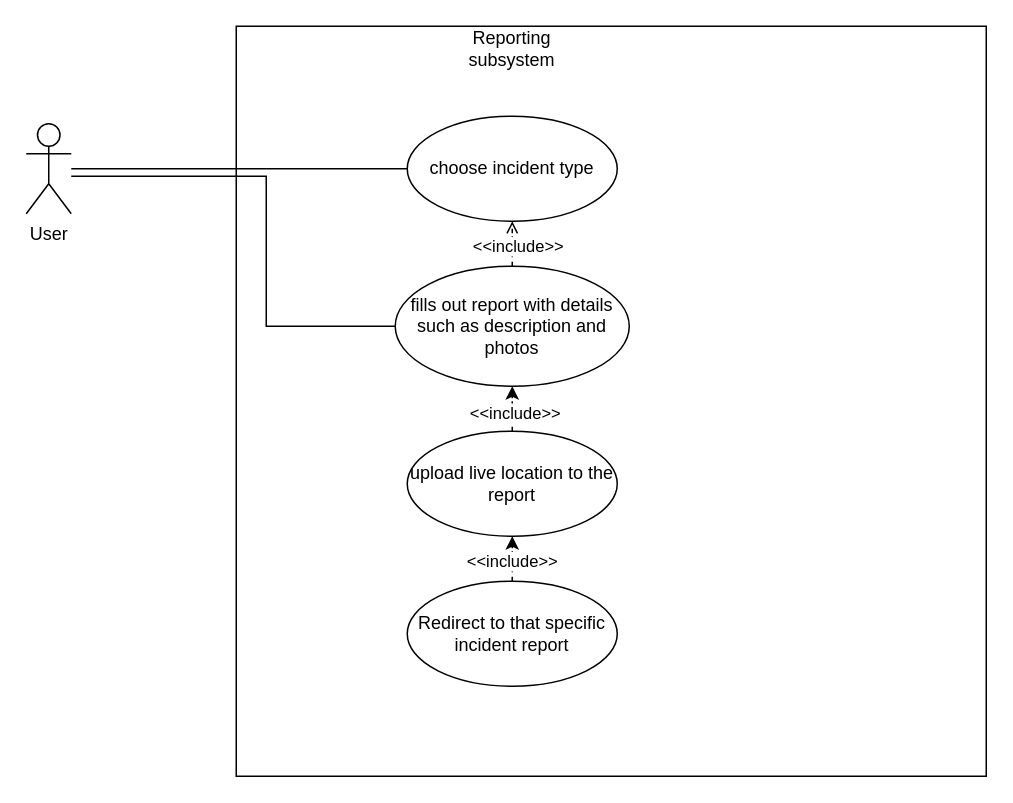
Earlier version of the draw.io diagram Reporting.drawio (Kari19/D1). Source tidied: cells renumbered, new cells numbered last; positions are measured from the earlier drawing's top-left corner, leaving out a move shared by most shapes. Both pictures are drawn from the tidied source at 150%, with x=0, y=0 at pixel (26, 26).
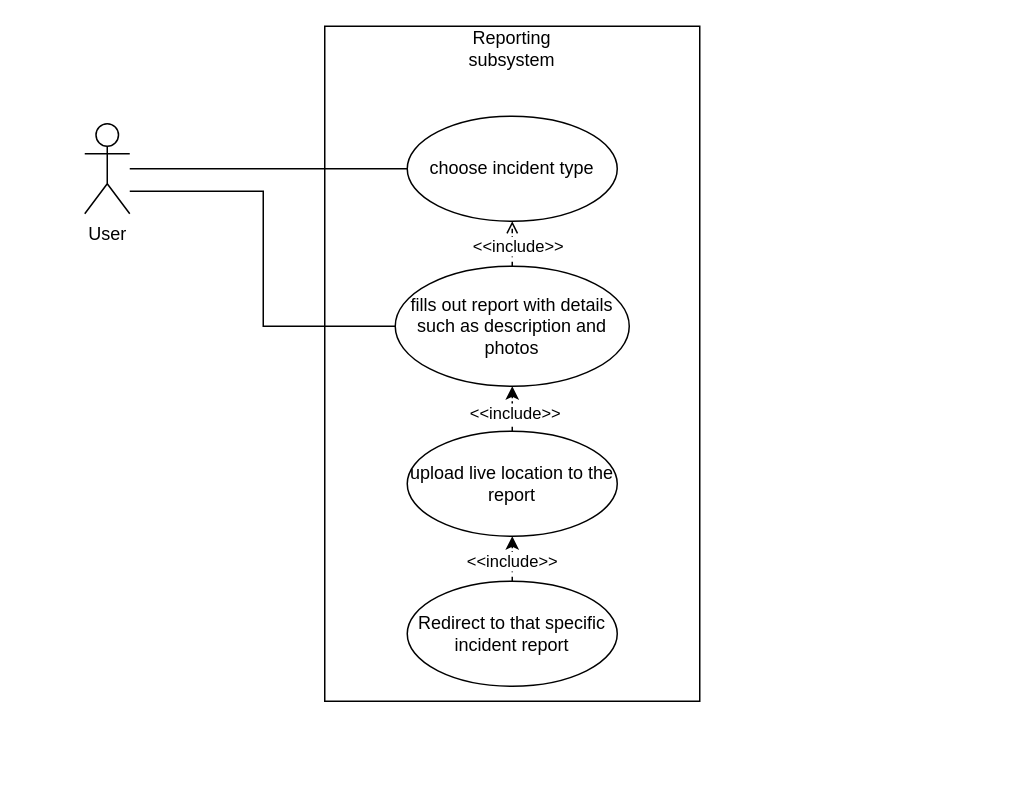
After the change.

Diff of the diagram source:
```diff
@@
 <mxGraphModel>
   <root>
     <mxCell id="0" />
     <mxCell id="1" parent="0" />
-    <mxCell id="2" style="whiteSpace=wrap;html=1;" parent="1" vertex="1">
-      <mxGeometry x="140" width="500" height="500" as="geometry" />
-    </mxCell>
+    <mxCell id="17" style="rounded=0;whiteSpace=wrap;html=1;" parent="1" vertex="1">
+      <mxGeometry x="199" width="250" height="450" as="geometry" />
+    </mxCell>
     <mxCell id="3" value="Reporting subsystem" style="text;html=1;align=center;verticalAlign=middle;whiteSpace=wrap;rounded=0;" parent="1" vertex="1">
       <mxGeometry x="294" width="60" height="30" as="geometry" />
     </mxCell>
     <mxCell id="4" style="edgeStyle=orthogonalEdgeStyle;rounded=0;jettySize=auto;html=1;entryX=0;entryY=0.5;entryDx=0;entryDy=0;endArrow=none;startFill=0;" parent="1" edge="1" source="6" target="7">
       <mxGeometry relative="1" as="geometry" />
     </mxCell>
     <mxCell id="5" style="edgeStyle=orthogonalEdgeStyle;rounded=0;jettySize=auto;html=1;entryX=0;entryY=0.5;entryDx=0;entryDy=0;endArrow=none;startFill=0;" parent="1" edge="1" source="6" target="10">
       <mxGeometry relative="1" as="geometry">
         <Array as="points">
-          <mxPoint x="160" y="100" />
-          <mxPoint x="160" y="200" />
+          <mxPoint x="158" y="110" />
+          <mxPoint x="158" y="200" />
         </Array>
       </mxGeometry>
     </mxCell>
     <mxCell id="6" value="&lt;div&gt;User&lt;/div&gt;&lt;div&gt;&lt;br&gt;&lt;/div&gt;" style="shape=umlActor;verticalLabelPosition=bottom;verticalAlign=top;html=1;outlineConnect=0;" parent="1" vertex="1">
-      <mxGeometry y="65" width="30" height="60" as="geometry" />
+      <mxGeometry x="39" y="65" width="30" height="60" as="geometry" />
     </mxCell>
-    <mxCell id="7" value="&lt;div&gt;choose incident type&lt;/div&gt;" style="ellipse;whiteSpace=wrap;html=1;" parent="1" vertex="1">
-      <mxGeometry x="254" y="60" width="140" height="70" as="geometry" />
-    </mxCell>
-    <mxCell id="8" style="edgeStyle=orthogonalEdgeStyle;rounded=0;jettySize=auto;html=1;dashed=1;endArrow=open;endFill=0;" parent="1" edge="1" source="10" target="7">
+    <mxCell id="8" style="edgeStyle=orthogonalEdgeStyle;rounded=0;jettySize=auto;html=1;dashed=1;endArrow=open;endFill=0;entryX=0.5;entryY=1;entryDx=0;entryDy=0;" parent="1" edge="1" source="10" target="7">
       <mxGeometry relative="1" as="geometry" />
     </mxCell>
     <mxCell id="9" value="&amp;lt;&amp;lt;include&amp;gt;&amp;gt;" style="edgeLabel;html=1;align=center;verticalAlign=middle;" parent="8" vertex="1">
       <mxGeometry x="0.36" y="-3" relative="1" as="geometry" />
     </mxCell>
     <mxCell id="10" value="&lt;div&gt;fills out report with details such as description and photos&lt;/div&gt;" style="ellipse;whiteSpace=wrap;html=1;" parent="1" vertex="1">
       <mxGeometry x="246" y="160" width="156" height="80" as="geometry" />
     </mxCell>
     <mxCell id="11" style="edgeStyle=orthogonalEdgeStyle;rounded=0;jettySize=auto;html=1;dashed=1;" parent="1" edge="1" source="13" target="10">
       <mxGeometry relative="1" as="geometry" />
     </mxCell>
     <mxCell id="12" value="&amp;lt;&amp;lt;include&amp;gt;&amp;gt;" style="edgeLabel;html=1;align=center;verticalAlign=middle;" parent="11" vertex="1">
       <mxGeometry x="0.32" y="-1" relative="1" as="geometry" />
     </mxCell>
     <mxCell id="13" value="upload live location to the report" style="ellipse;whiteSpace=wrap;html=1;" parent="1" vertex="1">
       <mxGeometry x="254" y="270" width="140" height="70" as="geometry" />
     </mxCell>
     <mxCell id="14" style="edgeStyle=orthogonalEdgeStyle;rounded=0;jettySize=auto;html=1;dashed=1;" parent="1" edge="1" source="16" target="13">
       <mxGeometry relative="1" as="geometry" />
     </mxCell>
     <mxCell id="15" value="&amp;lt;&amp;lt;include&amp;gt;&amp;gt;" style="edgeLabel;html=1;align=center;verticalAlign=middle;" parent="14" vertex="1">
       <mxGeometry x="0.36" y="1" relative="1" as="geometry" />
     </mxCell>
     <mxCell id="16" value="Redirect to that specific incident report" style="ellipse;whiteSpace=wrap;html=1;" parent="1" vertex="1">
       <mxGeometry x="254" y="370" width="140" height="70" as="geometry" />
     </mxCell>
+    <mxCell id="7" value="&lt;div&gt;choose incident type&lt;/div&gt;" style="ellipse;whiteSpace=wrap;html=1;" parent="1" vertex="1">
+      <mxGeometry x="254" y="60" width="140" height="70" as="geometry" />
+    </mxCell>
   </root>
 </mxGraphModel>
```
